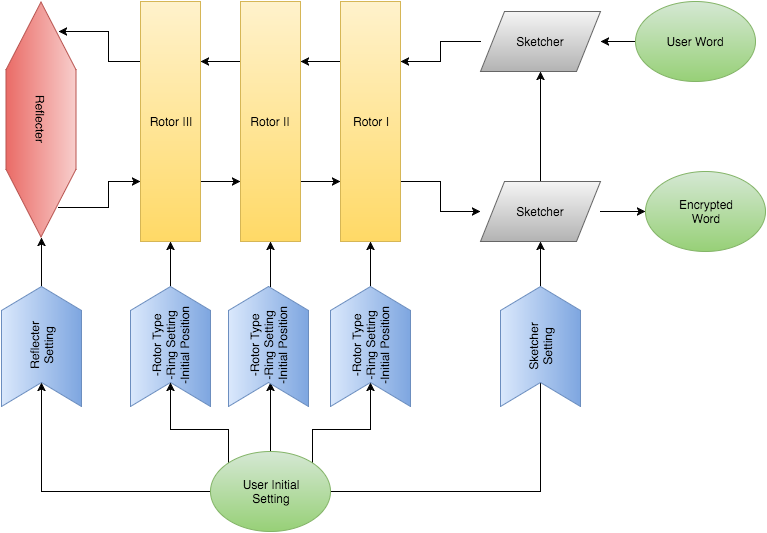
Before: reports/Lab5/enigma_machine_BD.png, a diagram exported from draw.io (junyshin/DSD_47). Source tidied: cells renumbered, new cells last; positions are measured from the earlier drawing's top-left corner, leaving out a move shared by most shapes.
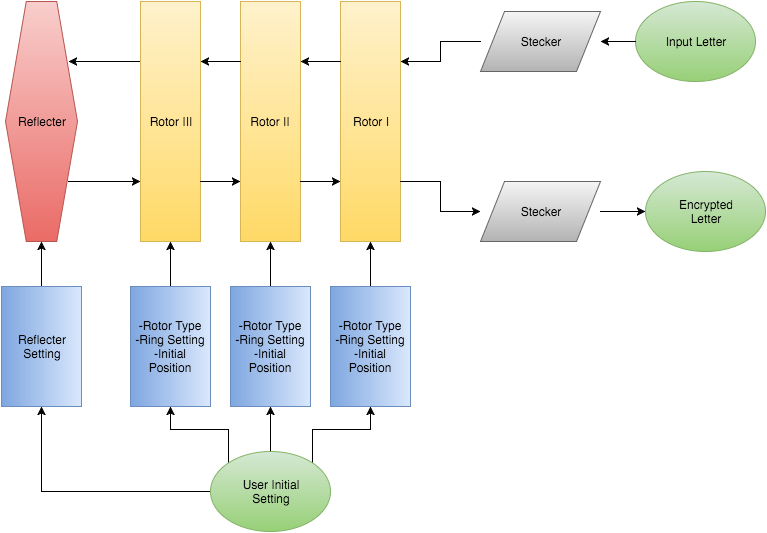
The same file after the commit.

What changed in the source:
```diff
@@ -2,116 +2,98 @@
   <root>
     <mxCell id="0" />
     <mxCell id="1" parent="0" />
-    <mxCell id="2" style="edgeStyle=orthogonalEdgeStyle;rounded=0;html=1;exitX=1;exitY=0.75;entryX=0;entryY=0.5;jettySize=auto;" parent="1" edge="1" source="4" target="15">
-      <mxGeometry relative="1" as="geometry" />
-    </mxCell>
-    <mxCell id="3" style="edgeStyle=orthogonalEdgeStyle;rounded=0;html=1;exitX=0;exitY=0.25;entryX=1;entryY=0.25;jettySize=auto;" parent="1" edge="1" source="4" target="7">
-      <mxGeometry relative="1" as="geometry" />
-    </mxCell>
     <mxCell id="4" value="Rotor I" style="whiteSpace=wrap;html=1;plain-yellow;" parent="1" vertex="1">
       <mxGeometry x="417" width="60" height="240" as="geometry" />
     </mxCell>
-    <mxCell id="5" style="edgeStyle=orthogonalEdgeStyle;rounded=0;html=1;exitX=0;exitY=0.25;entryX=1;entryY=0.25;jettySize=auto;" parent="1" edge="1" source="7" target="10">
-      <mxGeometry relative="1" as="geometry" />
-    </mxCell>
-    <mxCell id="6" style="edgeStyle=orthogonalEdgeStyle;rounded=0;html=1;exitX=1;exitY=0.75;entryX=0;entryY=0.75;jettySize=auto;" parent="1" edge="1" source="7" target="4">
-      <mxGeometry relative="1" as="geometry" />
-    </mxCell>
     <mxCell id="7" value="Rotor II" style="whiteSpace=wrap;html=1;plain-yellow;" parent="1" vertex="1">
       <mxGeometry x="317" width="60" height="240" as="geometry" />
     </mxCell>
-    <mxCell id="8" style="edgeStyle=orthogonalEdgeStyle;rounded=0;html=1;exitX=0;exitY=0.25;entryX=0.125;entryY=0.25;entryPerimeter=0;jettySize=auto;" parent="1" edge="1" source="10" target="17">
+    <mxCell id="8" style="edgeStyle=orthogonalEdgeStyle;rounded=0;html=1;exitX=0;exitY=0.25;entryX=0.875;entryY=0.25;entryPerimeter=0;jettySize=auto;" parent="1" edge="1" source="10" target="17">
       <mxGeometry relative="1" as="geometry" />
     </mxCell>
-    <mxCell id="9" style="edgeStyle=orthogonalEdgeStyle;rounded=0;html=1;exitX=1;exitY=0.75;entryX=0;entryY=0.75;jettySize=auto;" parent="1" edge="1" source="10" target="7">
-      <mxGeometry relative="1" as="geometry" />
-    </mxCell>
     <mxCell id="10" value="Rotor III" style="whiteSpace=wrap;html=1;plain-yellow;" parent="1" vertex="1">
       <mxGeometry x="217" width="60" height="240" as="geometry" />
     </mxCell>
-    <mxCell id="11" style="edgeStyle=orthogonalEdgeStyle;rounded=0;html=1;exitX=0;exitY=0.5;entryX=1;entryY=0.25;jettySize=auto;" parent="1" edge="1" source="12" target="4">
-      <mxGeometry relative="1" as="geometry" />
-    </mxCell>
-    <mxCell id="12" value="Sketcher" style="shape=parallelogram;whiteSpace=wrap;html=1;plain-gray;" parent="1" vertex="1">
+    <mxCell id="12" value="Stecker" style="shape=parallelogram;whiteSpace=wrap;html=1;plain-gray;" parent="1" vertex="1">
       <mxGeometry x="557" y="10" width="120" height="60" as="geometry" />
     </mxCell>
-    <mxCell id="13" style="edgeStyle=orthogonalEdgeStyle;rounded=0;html=1;exitX=1;exitY=0.5;entryX=0;entryY=0.5;jettySize=auto;" parent="1" edge="1" source="15" target="24">
-      <mxGeometry relative="1" as="geometry" />
-    </mxCell>
-    <mxCell id="14" style="edgeStyle=orthogonalEdgeStyle;rounded=0;html=1;exitX=0.5;exitY=0;jettySize=auto;" parent="1" edge="1" source="15" target="12">
-      <mxGeometry relative="1" as="geometry" />
-    </mxCell>
-    <mxCell id="15" value="Sketcher" style="shape=parallelogram;whiteSpace=wrap;html=1;plain-gray;" parent="1" vertex="1">
+    <mxCell id="15" value="&lt;span&gt;Stecker&lt;/span&gt;" style="shape=parallelogram;whiteSpace=wrap;html=1;plain-gray;" parent="1" vertex="1">
       <mxGeometry x="557" y="180" width="120" height="60" as="geometry" />
     </mxCell>
-    <mxCell id="16" style="edgeStyle=orthogonalEdgeStyle;rounded=0;html=1;exitX=0.875;exitY=0.25;exitPerimeter=0;entryX=0;entryY=0.75;jettySize=auto;" parent="1" edge="1" source="17" target="10">
+    <mxCell id="16" style="edgeStyle=orthogonalEdgeStyle;rounded=0;html=1;exitX=0.875;exitY=0.75;exitPerimeter=0;entryX=0;entryY=0.75;jettySize=auto;" parent="1" edge="1" source="17" target="10">
       <mxGeometry relative="1" as="geometry" />
     </mxCell>
-    <mxCell id="17" value="Reflecter" style="shape=hexagon;perimeter=hexagonPerimeter;whiteSpace=wrap;html=1;rotation=90;size=0.28829787234042553;plain-red;" parent="1" vertex="1">
-      <mxGeometry y="83" width="235" height="70" as="geometry" />
+    <mxCell id="17" value="Reflecter" style="shape=hexagon;perimeter=hexagonPerimeter;whiteSpace=wrap;html=1;rotation=0;size=0.28829787234042553;plain-red;" parent="1" vertex="1">
+      <mxGeometry x="82" width="72" height="240" as="geometry" />
     </mxCell>
-    <mxCell id="18" style="edgeStyle=orthogonalEdgeStyle;rounded=0;html=1;exitX=1;exitY=0.5;exitPerimeter=0;entryX=0.5;entryY=1;jettySize=auto;" parent="1" edge="1" target="7">
-      <mxGeometry relative="1" as="geometry">
-        <mxPoint x="347" y="285" as="sourcePoint" />
-      </mxGeometry>
-    </mxCell>
-    <mxCell id="19" style="edgeStyle=orthogonalEdgeStyle;rounded=0;html=1;exitX=1;exitY=0.5;exitPerimeter=0;entryX=0.5;entryY=1;jettySize=auto;" parent="1" edge="1" source="20" target="10">
+    <mxCell id="19" style="edgeStyle=orthogonalEdgeStyle;rounded=0;html=1;exitX=0.2;exitY=0.5;exitPerimeter=0;entryX=0.5;entryY=1;jettySize=auto;" parent="1" edge="1" source="20" target="10">
       <mxGeometry relative="1" as="geometry" />
     </mxCell>
-    <mxCell id="20" value="&lt;div&gt;-Rotor Type&lt;/div&gt;-Ring Setting&lt;div&gt;-Initial Position&lt;/div&gt;" style="shape=step;whiteSpace=wrap;html=1;rotation=-90;plain-blue;" parent="1" vertex="1">
+    <mxCell id="20" value="&lt;div&gt;-Rotor Type&lt;/div&gt;-Ring Setting&lt;div&gt;-Initial Position&lt;/div&gt;" style="shape=step;whiteSpace=wrap;html=1;rotation=90;plain-blue;horizontal=0;size=0;" parent="1" vertex="1">
       <mxGeometry x="187" y="305" width="120" height="80" as="geometry" />
     </mxCell>
-    <mxCell id="21" style="edgeStyle=orthogonalEdgeStyle;rounded=0;html=1;exitX=1;exitY=0.5;exitPerimeter=0;entryX=0.5;entryY=1;jettySize=auto;" parent="1" edge="1" target="4">
-      <mxGeometry relative="1" as="geometry">
-        <mxPoint x="447" y="285" as="sourcePoint" />
-      </mxGeometry>
-    </mxCell>
-    <mxCell id="22" style="edgeStyle=orthogonalEdgeStyle;rounded=0;html=1;exitX=0;exitY=0.5;entryX=1;entryY=0.5;jettySize=auto;" parent="1" edge="1" source="23" target="12">
-      <mxGeometry relative="1" as="geometry" />
-    </mxCell>
+    <mxCell id="2" style="edgeStyle=orthogonalEdgeStyle;rounded=0;html=1;exitX=1;exitY=0.75;entryX=0;entryY=0.5;jettySize=auto;" parent="1" edge="1" source="4" target="15">
+      <mxGeometry relative="1" as="geometry" />
+    </mxCell>
+    <mxCell id="11" style="edgeStyle=orthogonalEdgeStyle;rounded=0;html=1;exitX=0;exitY=0.5;entryX=1;entryY=0.25;jettySize=auto;" parent="1" edge="1" source="12" target="4">
+      <mxGeometry relative="1" as="geometry" />
+    </mxCell>
+    <mxCell id="3" style="edgeStyle=orthogonalEdgeStyle;rounded=0;html=1;exitX=0;exitY=0.25;entryX=1;entryY=0.25;jettySize=auto;" parent="1" edge="1" source="4" target="7">
+      <mxGeometry relative="1" as="geometry" />
+    </mxCell>
+    <mxCell id="5" style="edgeStyle=orthogonalEdgeStyle;rounded=0;html=1;exitX=0;exitY=0.25;entryX=1;entryY=0.25;jettySize=auto;" parent="1" edge="1" source="7" target="10">
+      <mxGeometry relative="1" as="geometry" />
+    </mxCell>
+    <mxCell id="9" style="edgeStyle=orthogonalEdgeStyle;rounded=0;html=1;exitX=1;exitY=0.75;entryX=0;entryY=0.75;jettySize=auto;" parent="1" edge="1" source="10" target="7">
+      <mxGeometry relative="1" as="geometry" />
+    </mxCell>
+    <mxCell id="6" style="edgeStyle=orthogonalEdgeStyle;rounded=0;html=1;exitX=1;exitY=0.75;entryX=0;entryY=0.75;jettySize=auto;" parent="1" edge="1" source="7" target="4">
+      <mxGeometry relative="1" as="geometry" />
+    </mxCell>
-    <mxCell id="23" value="User Word" style="ellipse;whiteSpace=wrap;html=1;plain-green;" parent="1" vertex="1">
+    <mxCell id="23" value="Input Letter" style="ellipse;whiteSpace=wrap;html=1;plain-green;" parent="1" vertex="1">
       <mxGeometry x="712" width="120" height="80" as="geometry" />
     </mxCell>
-    <mxCell id="24" value="Encrypted&lt;div&gt;Word&lt;/div&gt;" style="ellipse;whiteSpace=wrap;html=1;plain-green;" parent="1" vertex="1">
+    <mxCell id="24" value="Encrypted&lt;div&gt;Letter&lt;/div&gt;" style="ellipse;whiteSpace=wrap;html=1;plain-green;" parent="1" vertex="1">
       <mxGeometry x="722" y="170" width="120" height="80" as="geometry" />
     </mxCell>
+    <mxCell id="13" style="edgeStyle=orthogonalEdgeStyle;rounded=0;html=1;exitX=1;exitY=0.5;entryX=0;entryY=0.5;jettySize=auto;" parent="1" edge="1" source="15" target="24">
+      <mxGeometry relative="1" as="geometry" />
+    </mxCell>
+    <mxCell id="22" style="edgeStyle=orthogonalEdgeStyle;rounded=0;html=1;exitX=0;exitY=0.5;entryX=1;entryY=0.5;jettySize=auto;" parent="1" edge="1" source="23" target="12">
+      <mxGeometry relative="1" as="geometry" />
+    </mxCell>
+    <mxCell id="37" style="edgeStyle=orthogonalEdgeStyle;rounded=0;html=1;exitX=0.5;exitY=0;entryX=1;entryY=0.5;entryPerimeter=0;jettySize=auto;" parent="1" edge="1" source="30" target="40">
+      <mxGeometry relative="1" as="geometry" />
+    </mxCell>
+    <mxCell id="38" style="edgeStyle=orthogonalEdgeStyle;rounded=0;html=1;exitX=1;exitY=0;entryX=1;entryY=0.5;entryPerimeter=0;jettySize=auto;" parent="1" edge="1" source="30" target="42">
+      <mxGeometry relative="1" as="geometry" />
+    </mxCell>
-    <mxCell id="25" style="edgeStyle=orthogonalEdgeStyle;rounded=0;html=1;exitX=0;exitY=0;entryX=0.2;entryY=0.5;entryPerimeter=0;jettySize=auto;" parent="1" edge="1" source="30" target="20">
+    <mxCell id="25" style="edgeStyle=orthogonalEdgeStyle;rounded=0;html=1;exitX=0;exitY=0;entryX=1;entryY=0.5;entryPerimeter=0;jettySize=auto;" parent="1" edge="1" source="30" target="20">
       <mxGeometry relative="1" as="geometry" />
     </mxCell>
-    <mxCell id="26" style="edgeStyle=orthogonalEdgeStyle;rounded=0;html=1;exitX=0.5;exitY=0;entryX=0.2;entryY=0.5;entryPerimeter=0;jettySize=auto;" parent="1" edge="1" source="30">
-      <mxGeometry relative="1" as="geometry">
-        <mxPoint x="347" y="381" as="targetPoint" />
-      </mxGeometry>
-    </mxCell>
-    <mxCell id="27" style="edgeStyle=orthogonalEdgeStyle;rounded=0;html=1;exitX=1;exitY=0.5;entryX=0.5;entryY=1;jettySize=auto;" parent="1" edge="1" source="30" target="15">
-      <mxGeometry relative="1" as="geometry" />
-    </mxCell>
-    <mxCell id="28" style="edgeStyle=orthogonalEdgeStyle;rounded=0;html=1;exitX=1;exitY=0;entryX=0.2;entryY=0.5;entryPerimeter=0;jettySize=auto;" parent="1" edge="1" source="30" target="32">
-      <mxGeometry relative="1" as="geometry" />
-    </mxCell>
-    <mxCell id="29" style="edgeStyle=orthogonalEdgeStyle;rounded=0;html=1;exitX=0;exitY=0.5;entryX=0.2;entryY=0.5;entryPerimeter=0;jettySize=auto;" parent="1" edge="1" source="30" target="36">
+    <mxCell id="29" style="edgeStyle=orthogonalEdgeStyle;rounded=0;html=1;exitX=0;exitY=0.5;entryX=1;entryY=0.5;entryPerimeter=0;jettySize=auto;" parent="1" edge="1" source="30" target="36">
       <mxGeometry relative="1" as="geometry" />
     </mxCell>
     <mxCell id="30" value="User Initial&lt;div&gt;Setting&lt;/div&gt;" style="ellipse;whiteSpace=wrap;html=1;plain-green;" parent="1" vertex="1">
       <mxGeometry x="287" y="450" width="120" height="80" as="geometry" />
     </mxCell>
-    <mxCell id="31" value="&lt;div&gt;-Rotor Type&lt;/div&gt;-Ring Setting&lt;div&gt;-Initial Position&lt;/div&gt;" style="shape=step;whiteSpace=wrap;html=1;rotation=-90;plain-blue;" parent="1" vertex="1">
-      <mxGeometry x="285" y="305" width="120" height="80" as="geometry" />
-    </mxCell>
-    <mxCell id="32" value="&lt;div&gt;-Rotor Type&lt;/div&gt;-Ring Setting&lt;div&gt;-Initial Position&lt;/div&gt;" style="shape=step;whiteSpace=wrap;html=1;rotation=-90;plain-blue;" parent="1" vertex="1">
-      <mxGeometry x="387" y="305" width="120" height="80" as="geometry" />
-    </mxCell>
-    <mxCell id="33" style="edgeStyle=orthogonalEdgeStyle;rounded=0;html=1;exitX=0.5;exitY=1;entryX=0.5;entryY=1;jettySize=auto;orthogonalLoop=1;" parent="1" edge="1" source="32" target="32">
-      <mxGeometry relative="1" as="geometry" />
-    </mxCell>
-    <mxCell id="34" value="&lt;div&gt;Sketcher&lt;/div&gt;&lt;div&gt;Setting&lt;/div&gt;" style="shape=step;whiteSpace=wrap;html=1;rotation=-90;plain-blue;" parent="1" vertex="1">
-      <mxGeometry x="557" y="305" width="120" height="80" as="geometry" />
-    </mxCell>
-    <mxCell id="35" style="edgeStyle=orthogonalEdgeStyle;rounded=0;html=1;exitX=1;exitY=0.5;exitPerimeter=0;entryX=1;entryY=0.5;jettySize=auto;" parent="1" edge="1" source="36" target="17">
+    <mxCell id="35" style="edgeStyle=orthogonalEdgeStyle;rounded=0;html=1;exitX=0.2;exitY=0.5;exitPerimeter=0;entryX=0.5;entryY=1;jettySize=auto;" parent="1" edge="1" source="36" target="17">
       <mxGeometry relative="1" as="geometry" />
     </mxCell>
-    <mxCell id="36" value="&lt;div&gt;Reflecter&lt;/div&gt;&lt;div&gt;Setting&lt;/div&gt;" style="shape=step;whiteSpace=wrap;html=1;rotation=-90;plain-blue;" parent="1" vertex="1">
+    <mxCell id="36" value="&lt;div&gt;Reflecter&lt;/div&gt;&lt;div&gt;Setting&lt;/div&gt;" style="shape=step;whiteSpace=wrap;html=1;rotation=90;plain-blue;verticalAlign=middle;labelPosition=center;verticalLabelPosition=middle;align=center;horizontal=0;size=0;" parent="1" vertex="1">
       <mxGeometry x="58" y="305" width="120" height="80" as="geometry" />
     </mxCell>
+    <mxCell id="39" style="edgeStyle=orthogonalEdgeStyle;rounded=0;html=1;exitX=0.2;exitY=0.5;exitPerimeter=0;entryX=0.5;entryY=1;jettySize=auto;" parent="1" edge="1" source="40" target="7">
+      <mxGeometry relative="1" as="geometry" />
+    </mxCell>
+    <mxCell id="40" value="&lt;div&gt;-Rotor Type&lt;/div&gt;-Ring Setting&lt;div&gt;-Initial Position&lt;/div&gt;" style="shape=step;whiteSpace=wrap;html=1;rotation=90;plain-blue;horizontal=0;size=0;" parent="1" vertex="1">
+      <mxGeometry x="287" y="305" width="120" height="80" as="geometry" />
+    </mxCell>
+    <mxCell id="41" style="edgeStyle=orthogonalEdgeStyle;rounded=0;html=1;exitX=0.2;exitY=0.5;exitPerimeter=0;entryX=0.5;entryY=1;jettySize=auto;" parent="1" edge="1" source="42" target="4">
+      <mxGeometry relative="1" as="geometry" />
+    </mxCell>
+    <mxCell id="42" value="&lt;div&gt;-Rotor Type&lt;/div&gt;-Ring Setting&lt;div&gt;-Initial Position&lt;/div&gt;" style="shape=step;whiteSpace=wrap;html=1;rotation=90;plain-blue;horizontal=0;size=0;" parent="1" vertex="1">
+      <mxGeometry x="387" y="305" width="120" height="80" as="geometry" />
+    </mxCell>
   </root>
 </mxGraphModel>
```
